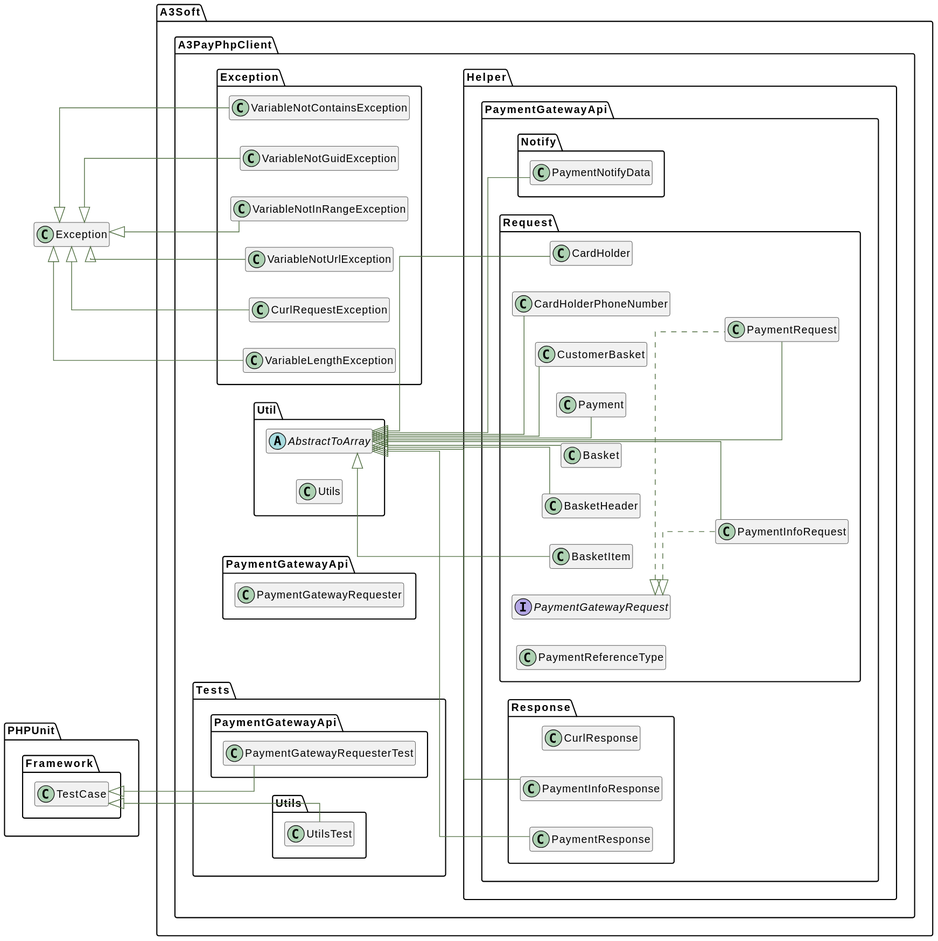
Above: build/api/graphs/classes.svg in A3-Soft-Public/A3Pay-PHP-client-package (PlantUML), before the change.
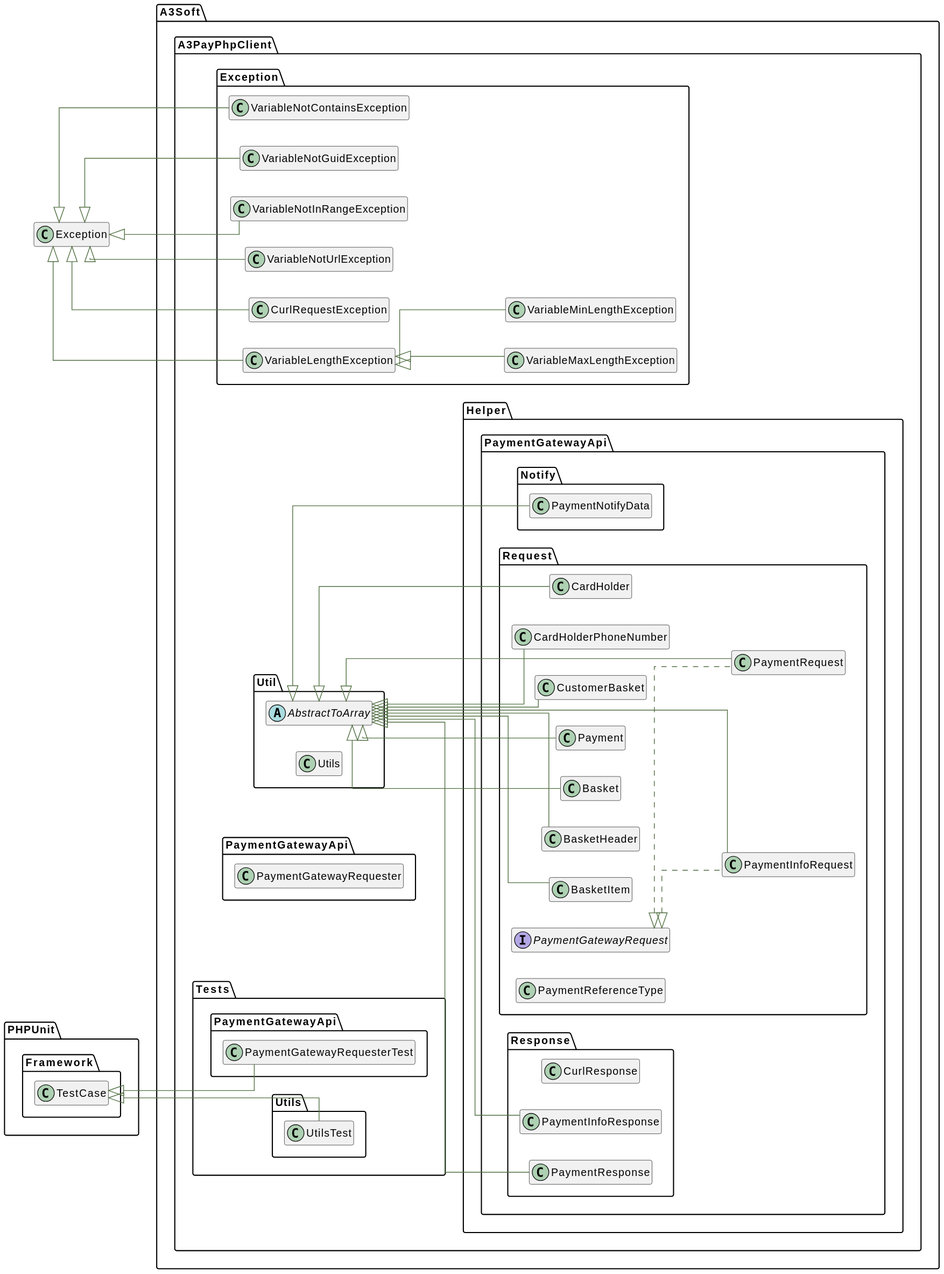
Later version of the same file.

Diff of the diagram source:
```diff
@@ -17,6 +17,12 @@
 }
 
 class \\A3Soft\\A3PayPhpClient\\Exception\\VariableLengthException extends \\Exception {
+}
+
+class \\A3Soft\\A3PayPhpClient\\Exception\\VariableMaxLengthException extends \\A3Soft\\A3PayPhpClient\\Exception\\VariableLengthException {
+}
+
+class \\A3Soft\\A3PayPhpClient\\Exception\\VariableMinLengthException extends \\A3Soft\\A3PayPhpClient\\Exception\\VariableLengthException {
 }
 
 class \\A3Soft\\A3PayPhpClient\\Exception\\VariableNotContainsException extends \\Exception {
```
